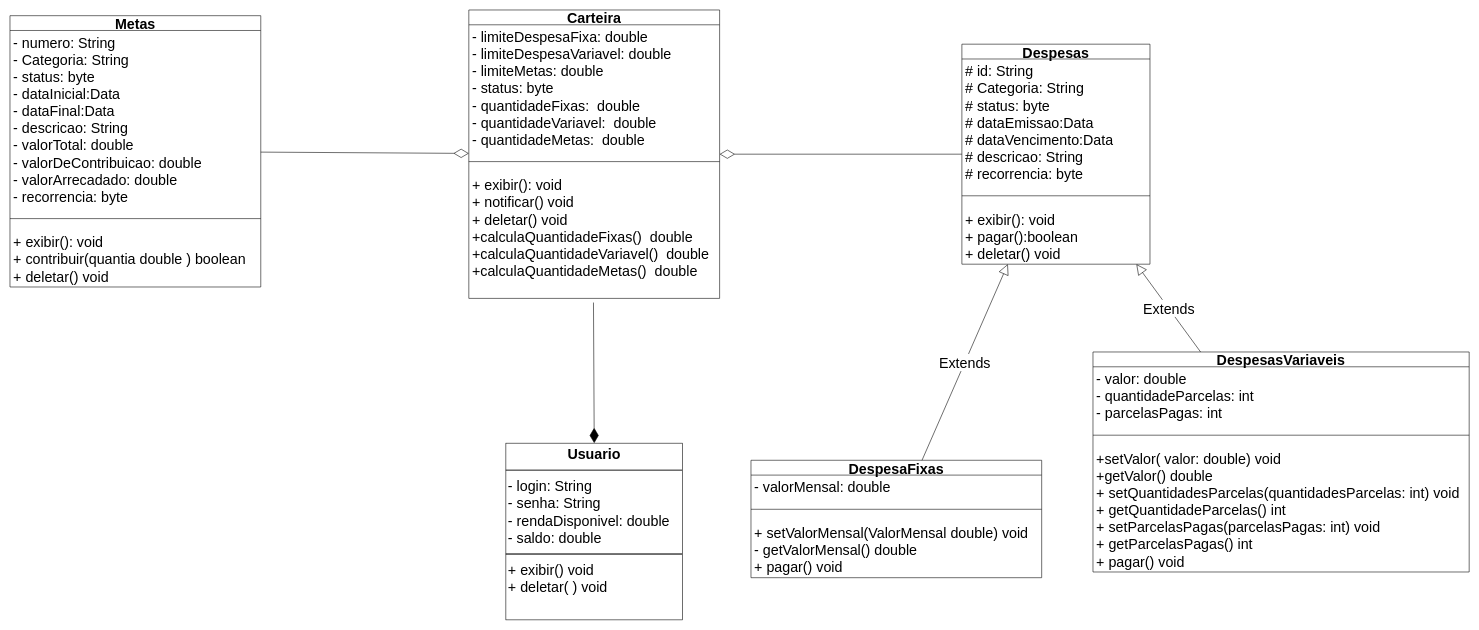
This is Diagrama de classe Controle-Financeiro.drawio from josevictoraraujorojas/Controle-Financeiro, a draw.io file, before an edit. Source tidied: cells renumbered, new cells numbered last; positions are measured from the earlier drawing's top-left corner, leaving out a move shared by most shapes. Both pictures are drawn from the tidied source at 57%, with x=0, y=0 at pixel (10, 10).
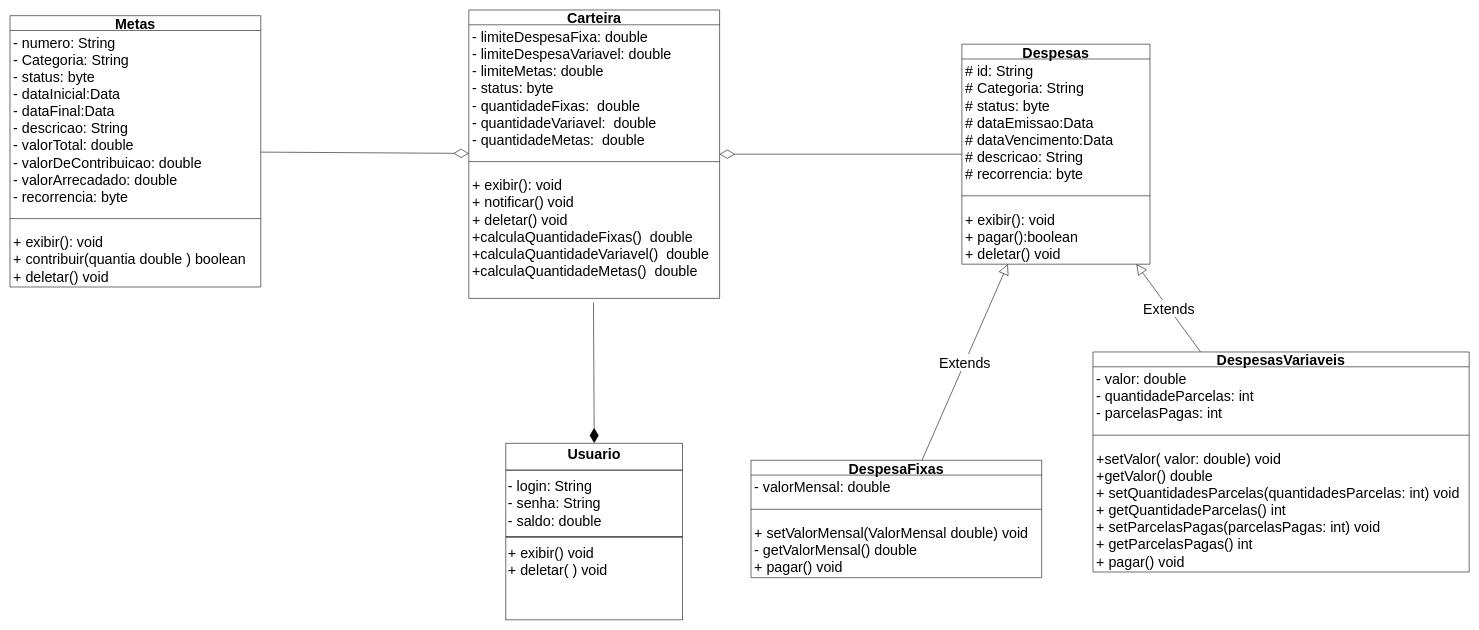
The same page after the edit.

Change to the diagram source:
```diff
@@
-    <mxCell id="2" value="&lt;p style=&quot;margin: 4px 0px 0px; text-align: center; font-size: 25px;&quot;&gt;&lt;b style=&quot;font-size: 25px;&quot;&gt;Usuario&lt;/b&gt;&lt;/p&gt;&lt;hr style=&quot;border-style: solid; font-size: 25px;&quot;&gt;&lt;p style=&quot;margin: 0px 0px 0px 4px; font-size: 25px;&quot;&gt;- login: String&lt;/p&gt;&lt;p style=&quot;margin: 0px 0px 0px 4px; font-size: 25px;&quot;&gt;- senha: String&lt;/p&gt;&lt;p style=&quot;margin: 0px 0px 0px 4px; font-size: 25px;&quot;&gt;- rendaDisponivel: double&lt;/p&gt;&lt;p style=&quot;margin: 0px 0px 0px 4px; font-size: 25px;&quot;&gt;- saldo: double&lt;/p&gt;&lt;hr style=&quot;border-style: solid; font-size: 25px;&quot;&gt;&lt;p style=&quot;margin: 0px 0px 0px 4px; font-size: 25px;&quot;&gt;+ exibir() void&amp;nbsp;&lt;/p&gt;&lt;p style=&quot;margin: 0px 0px 0px 4px; font-size: 25px;&quot;&gt;+ deletar( ) void&lt;/p&gt;" style="verticalAlign=top;align=left;overflow=fill;html=1;whiteSpace=wrap;fontSize=25;" parent="1" vertex="1">
+    <mxCell id="2" value="&lt;p style=&quot;margin: 4px 0px 0px; text-align: center; font-size: 25px;&quot;&gt;&lt;b style=&quot;font-size: 25px;&quot;&gt;Usuario&lt;/b&gt;&lt;/p&gt;&lt;hr style=&quot;border-style: solid; font-size: 25px;&quot;&gt;&lt;p style=&quot;margin: 0px 0px 0px 4px; font-size: 25px;&quot;&gt;- login: String&lt;/p&gt;&lt;p style=&quot;margin: 0px 0px 0px 4px; font-size: 25px;&quot;&gt;- senha: String&lt;/p&gt;&lt;p style=&quot;margin: 0px 0px 0px 4px; font-size: 25px;&quot;&gt;&lt;span style=&quot;background-color: initial;&quot;&gt;- saldo: double&lt;/span&gt;&lt;br&gt;&lt;/p&gt;&lt;hr style=&quot;border-style: solid; font-size: 25px;&quot;&gt;&lt;p style=&quot;margin: 0px 0px 0px 4px; font-size: 25px;&quot;&gt;+ exibir() void&amp;nbsp;&lt;/p&gt;&lt;p style=&quot;margin: 0px 0px 0px 4px; font-size: 25px;&quot;&gt;+ deletar( ) void&lt;/p&gt;" style="verticalAlign=top;align=left;overflow=fill;html=1;whiteSpace=wrap;fontSize=25;" parent="1" vertex="1">
       <mxGeometry x="870" y="760" width="310" height="310" as="geometry" />
     </mxCell>
```
